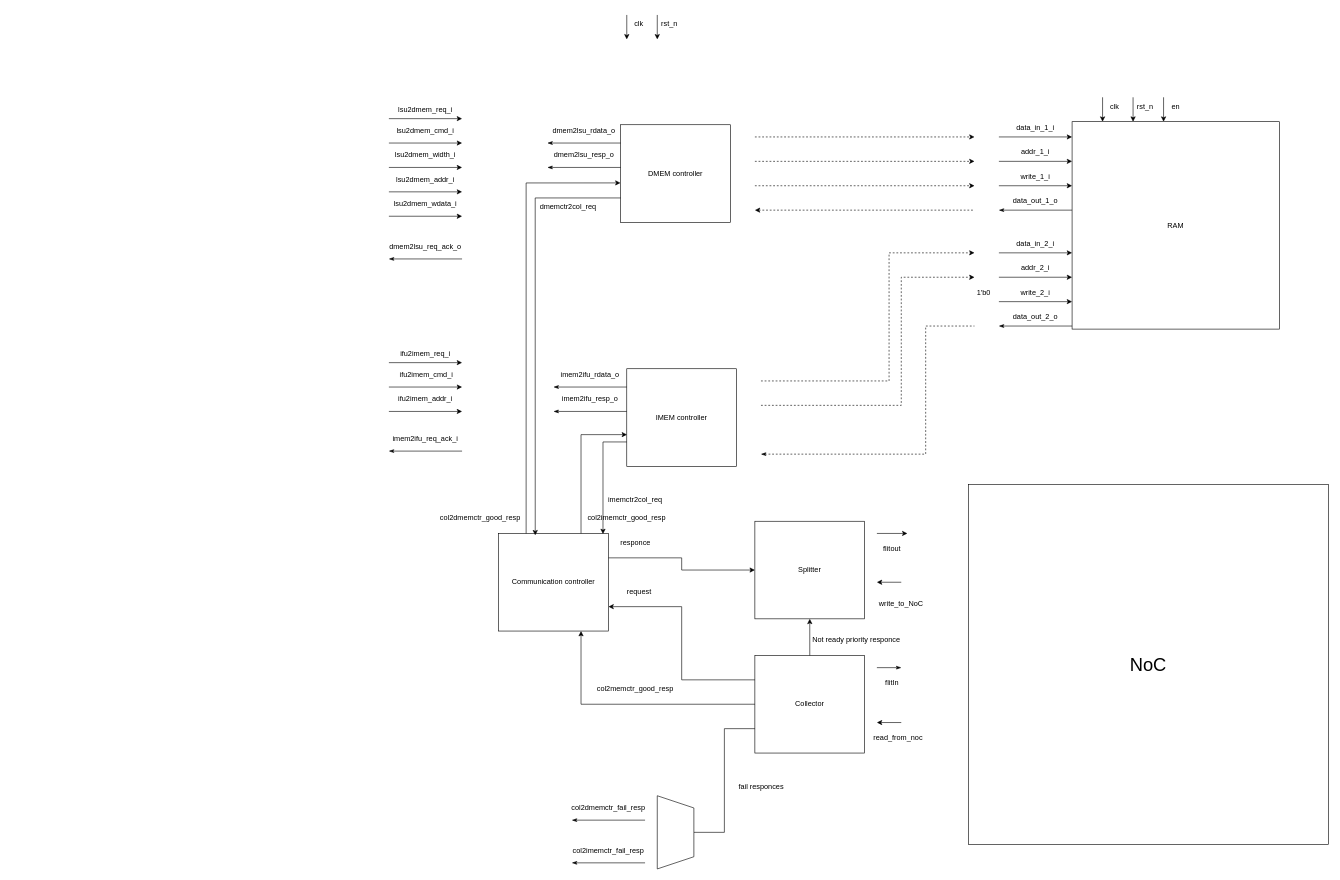
Above: docs/Diagrams.drawio in Elgrush/FPGA-multicore-soft-CPU-with-scr1 (draw.io), before the change. Source tidied: cells renumbered, new cells numbered last; positions are measured from the earlier drawing's top-left corner, leaving out a move shared by most shapes. Both pictures are drawn from the tidied source at 61%, with x=0, y=0 at pixel (389, 15).
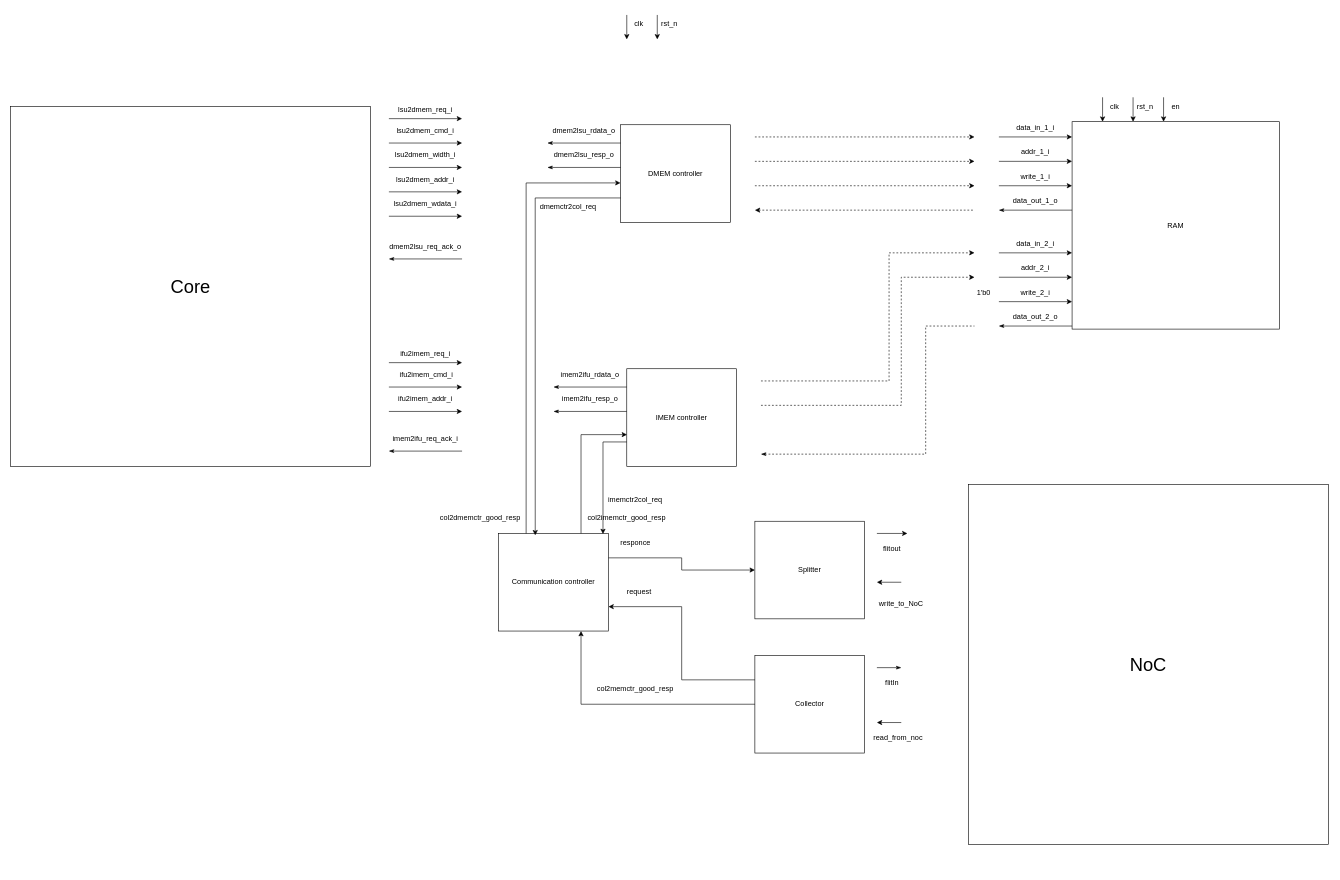
The same page after the edit.

Commit message (it also covers changes not shown here):
Architecture revisioned

Unchanged cells that the change refers to:
```xml
<mxCell id="44" value="Splitter" style="rounded=0;whiteSpace=wrap;html=1;fillColor=none;" parent="1" vertex="1">
  <mxGeometry x="600" y="830" width="180" height="160" as="geometry" />
</mxCell>
<mxCell id="82" value="Collector" style="rounded=0;whiteSpace=wrap;html=1;fillColor=none;" parent="1" vertex="1">
  <mxGeometry x="600" y="1050" width="180" height="160" as="geometry" />
</mxCell>
```

The edit, as a diff of the source:
```diff
@@
-    <mxCell id="80" style="edgeStyle=orthogonalEdgeStyle;rounded=0;jettySize=auto;html=1;exitX=0.5;exitY=0;exitDx=0;exitDy=0;entryX=0.5;entryY=1;entryDx=0;entryDy=0;" parent="1" edge="1" source="82" target="44">
-      <mxGeometry relative="1" as="geometry" />
-    </mxCell>
@@
-    <mxCell id="94" value="Not ready priority responce" style="text;html=1;align=center;verticalAlign=middle;whiteSpace=wrap;rounded=0;" parent="1" vertex="1">
-      <mxGeometry x="693" y="1010" width="147" height="30" as="geometry" />
-    </mxCell>
@@
-    <mxCell id="97" style="edgeStyle=orthogonalEdgeStyle;rounded=0;jettySize=auto;html=1;entryX=0;entryY=0.75;entryDx=0;entryDy=0;endArrow=none;startFill=0;" parent="1" edge="1" source="98" target="82">
-      <mxGeometry relative="1" as="geometry" />
-    </mxCell>
-    <mxCell id="98" style="shape=trapezoid;perimeter=trapezoidPerimeter;whiteSpace=wrap;html=1;fixedSize=1;direction=south;" parent="1" vertex="1">
-      <mxGeometry x="440" y="1280" width="60" height="120" as="geometry" />
-    </mxCell>
@@
-    <mxCell id="114" value="fail responces" style="text;html=1;align=center;verticalAlign=middle;strokeColor=none;fillColor=none;" parent="1" vertex="1">
-      <mxGeometry x="560" y="1250" width="100" height="30" as="geometry" />
-    </mxCell>
-    <mxCell id="115" style="group;" parent="1" vertex="1">
-      <mxGeometry x="300" y="1280" width="120" height="40" as="geometry" />
-    </mxCell>
-    <mxCell id="116" style="endArrow=none;html=1;rounded=0;startArrow=classicThin;startFill=1;" parent="115" edge="1">
-      <mxGeometry relative="1" as="geometry">
-        <mxPoint y="40" as="sourcePoint" />
-        <mxPoint x="120" y="40" as="targetPoint" />
-      </mxGeometry>
-    </mxCell>
-    <mxCell id="117" value="col2dmemctr_fail_resp" style="text;html=1;align=center;verticalAlign=middle;whiteSpace=wrap;rounded=0;" parent="115" vertex="1">
-      <mxGeometry y="5" width="120" height="30" as="geometry" />
-    </mxCell>
-    <mxCell id="118" style="group;" parent="1" vertex="1">
-      <mxGeometry x="300" y="1350" width="120" height="40" as="geometry" />
-    </mxCell>
-    <mxCell id="119" style="endArrow=none;html=1;rounded=0;startArrow=classicThin;startFill=1;" parent="118" edge="1">
-      <mxGeometry relative="1" as="geometry">
-        <mxPoint y="40" as="sourcePoint" />
-        <mxPoint x="120" y="40" as="targetPoint" />
-      </mxGeometry>
-    </mxCell>
-    <mxCell id="120" value="col2imemctr_fail_resp" style="text;html=1;align=center;verticalAlign=middle;whiteSpace=wrap;rounded=0;" parent="118" vertex="1">
-      <mxGeometry y="5" width="120" height="30" as="geometry" />
-    </mxCell>
@@
+    <mxCell id="127" value="Core" style="whiteSpace=wrap;html=1;fillColor=none;fontSize=30;" parent="1" vertex="1">
+      <mxGeometry x="-620" y="150" width="590" height="590" as="geometry" />
+    </mxCell>
```
